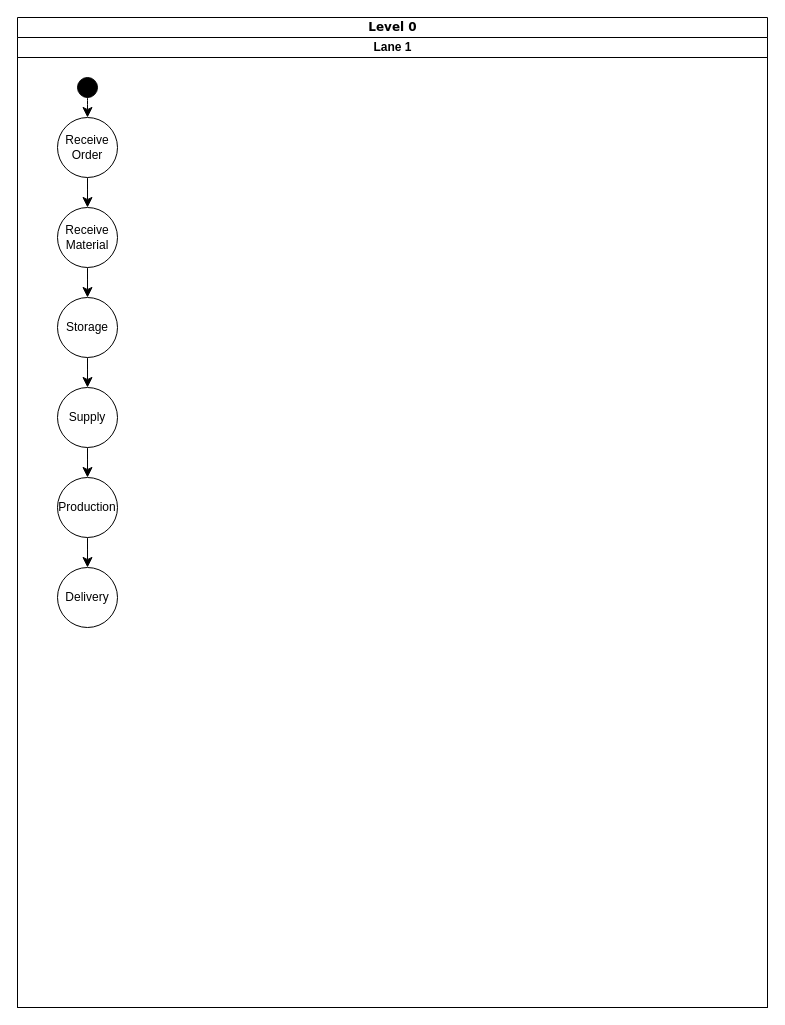
Before: page "Level 0" (1 of 5) of Untitled Diagram.drawio in hendrasaputra0501/pemi-ay-bpa, a draw.io diagram. Source tidied: cells renumbered, new cells numbered last; positions are measured from the earlier drawing's top-left corner, leaving out a move shared by most shapes. Both pictures are drawn from the tidied source at 100%, with x=0, y=0 at pixel (17, 17).
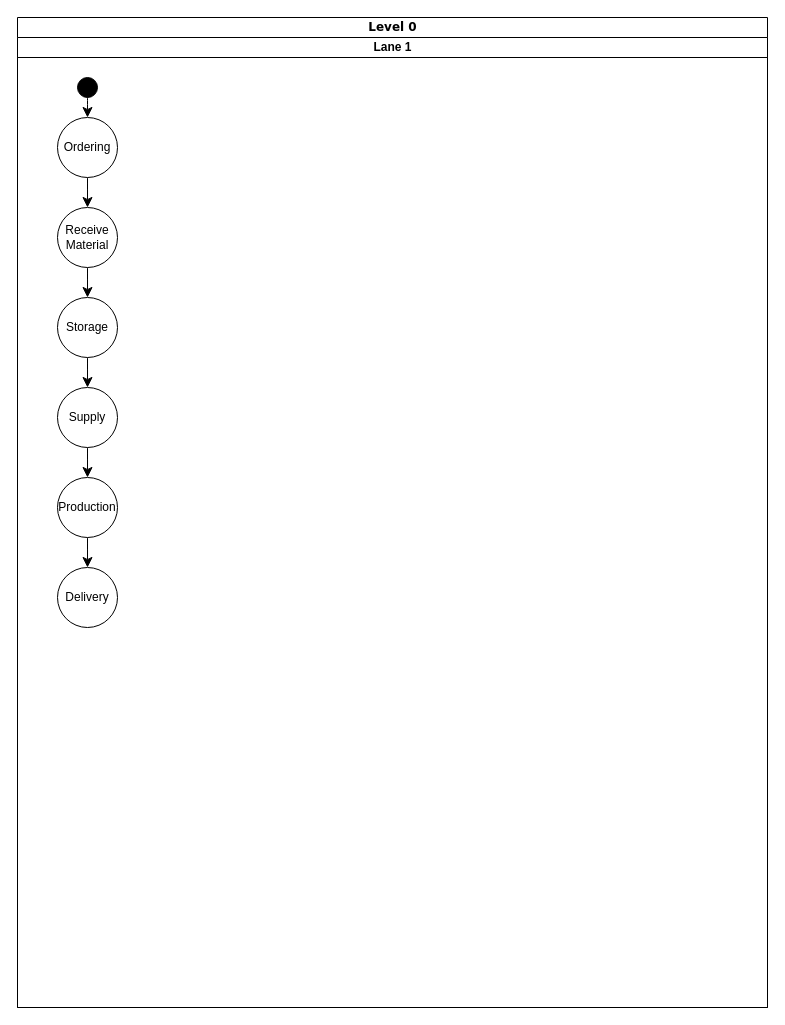
After the change.

What changed in the source:
```diff
@@
 <mxGraphModel>
   <root>
     <mxCell id="0" />
     <mxCell id="1" parent="0" />
     <mxCell id="2" value="Level 0" style="swimlane;html=1;startSize=20;rounded=0;shadow=0;comic=0;labelBackgroundColor=none;strokeWidth=1;fontFamily=Verdana;fontSize=12;align=center;" parent="1" vertex="1">
       <mxGeometry width="750" height="990" as="geometry" />
     </mxCell>
     <mxCell id="3" value="Lane 1" style="swimlane;html=1;startSize=20;" parent="2" vertex="1">
       <mxGeometry y="20" width="750" height="970" as="geometry" />
     </mxCell>
     <mxCell id="4" style="edgeStyle=none;curved=1;rounded=0;jettySize=auto;html=1;fontSize=12;startSize=8;endSize=8;entryX=0.5;entryY=0;entryDx=0;entryDy=0;" parent="3" edge="1" source="5" target="8">
       <mxGeometry relative="1" as="geometry" />
     </mxCell>
     <mxCell id="5" style="ellipse;whiteSpace=wrap;html=1;rounded=0;shadow=0;comic=0;labelBackgroundColor=none;strokeWidth=1;fillColor=#000000;fontFamily=Verdana;fontSize=12;align=center;" parent="3" vertex="1">
       <mxGeometry x="60" y="40" width="20" height="20" as="geometry" />
     </mxCell>
     <mxCell id="6" style="edgeStyle=none;curved=1;rounded=0;orthogonalLoop=1;jettySize=auto;html=1;exitX=0.75;exitY=0;exitDx=0;exitDy=0;fontSize=12;startSize=8;endSize=8;" parent="3" edge="1">
       <mxGeometry relative="1" as="geometry">
         <mxPoint x="100" y="80" as="sourcePoint" />
         <mxPoint x="100" y="80" as="targetPoint" />
       </mxGeometry>
     </mxCell>
     <mxCell id="7" style="edgeStyle=none;curved=1;rounded=0;jettySize=auto;html=1;fontSize=12;startSize=8;endSize=8;entryX=0.5;entryY=0;entryDx=0;entryDy=0;" parent="3" edge="1" source="8" target="10">
       <mxGeometry relative="1" as="geometry" />
     </mxCell>
-    <mxCell id="8" value="Receive&lt;br&gt;Order" style="ellipse;whiteSpace=wrap;html=1;" parent="3" vertex="1">
+    <mxCell id="8" value="Ordering" style="ellipse;whiteSpace=wrap;html=1;" parent="3" vertex="1">
       <mxGeometry x="40" y="80" width="60" height="60" as="geometry" />
     </mxCell>
     <mxCell id="9" style="edgeStyle=none;curved=1;rounded=0;jettySize=auto;html=1;fontSize=12;startSize=8;endSize=8;entryX=0.5;entryY=0;entryDx=0;entryDy=0;" parent="3" edge="1" source="10" target="12">
       <mxGeometry relative="1" as="geometry" />
     </mxCell>
     <mxCell id="10" value="Receive Material" style="ellipse;whiteSpace=wrap;html=1;" parent="3" vertex="1">
       <mxGeometry x="40" y="170" width="60" height="60" as="geometry" />
     </mxCell>
     <mxCell id="11" style="edgeStyle=none;curved=1;rounded=0;jettySize=auto;html=1;fontSize=12;startSize=8;endSize=8;" parent="3" edge="1" source="12" target="14">
       <mxGeometry relative="1" as="geometry" />
     </mxCell>
     <mxCell id="12" value="Storage" style="ellipse;whiteSpace=wrap;html=1;" parent="3" vertex="1">
       <mxGeometry x="40" y="260" width="60" height="60" as="geometry" />
     </mxCell>
     <mxCell id="13" style="edgeStyle=none;curved=1;rounded=0;jettySize=auto;html=1;fontSize=12;startSize=8;endSize=8;" parent="3" edge="1" source="14" target="16">
       <mxGeometry relative="1" as="geometry" />
     </mxCell>
     <mxCell id="14" value="Supply" style="ellipse;whiteSpace=wrap;html=1;" parent="3" vertex="1">
       <mxGeometry x="40" y="350" width="60" height="60" as="geometry" />
     </mxCell>
     <mxCell id="15" style="edgeStyle=none;curved=1;rounded=0;jettySize=auto;html=1;fontSize=12;startSize=8;endSize=8;" parent="3" edge="1" source="16" target="17">
       <mxGeometry relative="1" as="geometry" />
     </mxCell>
     <mxCell id="16" value="Production" style="ellipse;whiteSpace=wrap;html=1;" parent="3" vertex="1">
       <mxGeometry x="40" y="440" width="60" height="60" as="geometry" />
     </mxCell>
     <mxCell id="17" value="Delivery" style="ellipse;whiteSpace=wrap;html=1;" parent="3" vertex="1">
       <mxGeometry x="40" y="530" width="60" height="60" as="geometry" />
     </mxCell>
   </root>
 </mxGraphModel>
```
